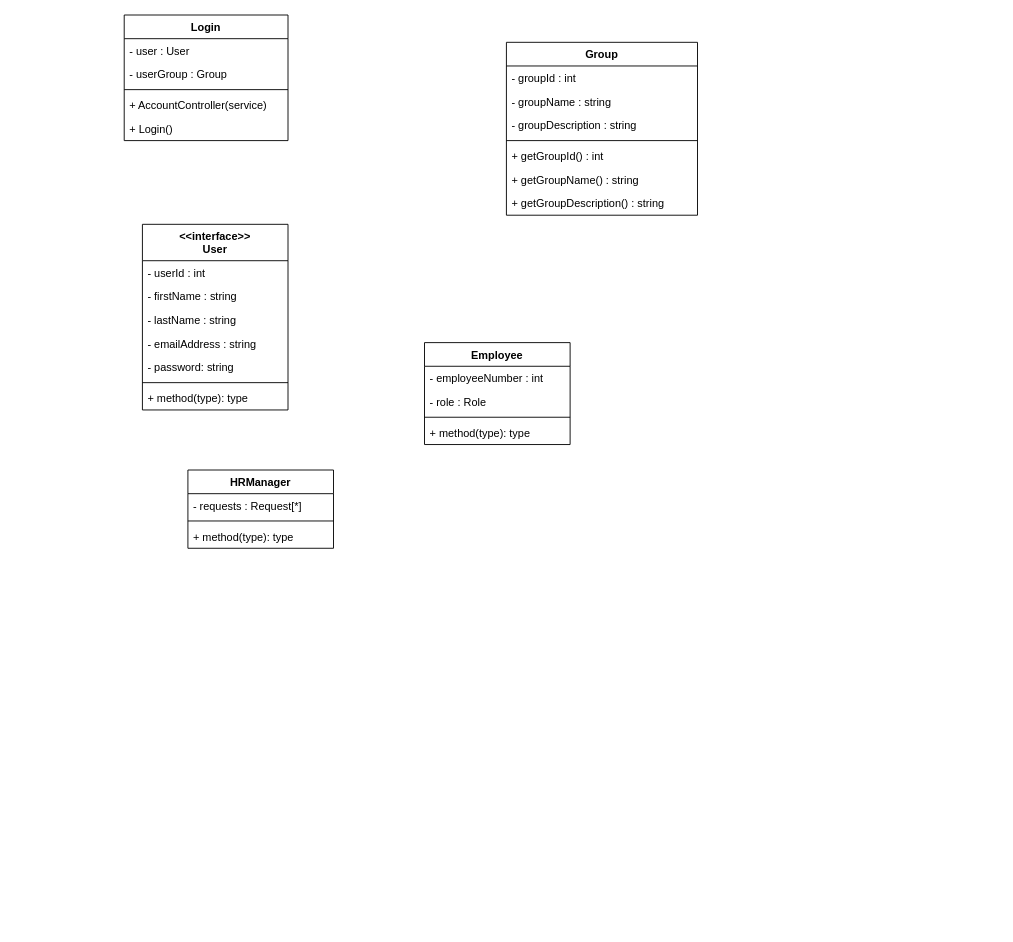
Above: LoginClassDiagram.drawio in learningCurve89/WorkBasedPortfolios (draw.io), before the change. Source tidied: cells renumbered, new cells numbered last; positions are measured from the earlier drawing's top-left corner, leaving out a move shared by most shapes. Both pictures are drawn from the tidied source at 91%, with x=0, y=0 at pixel (124, 15).
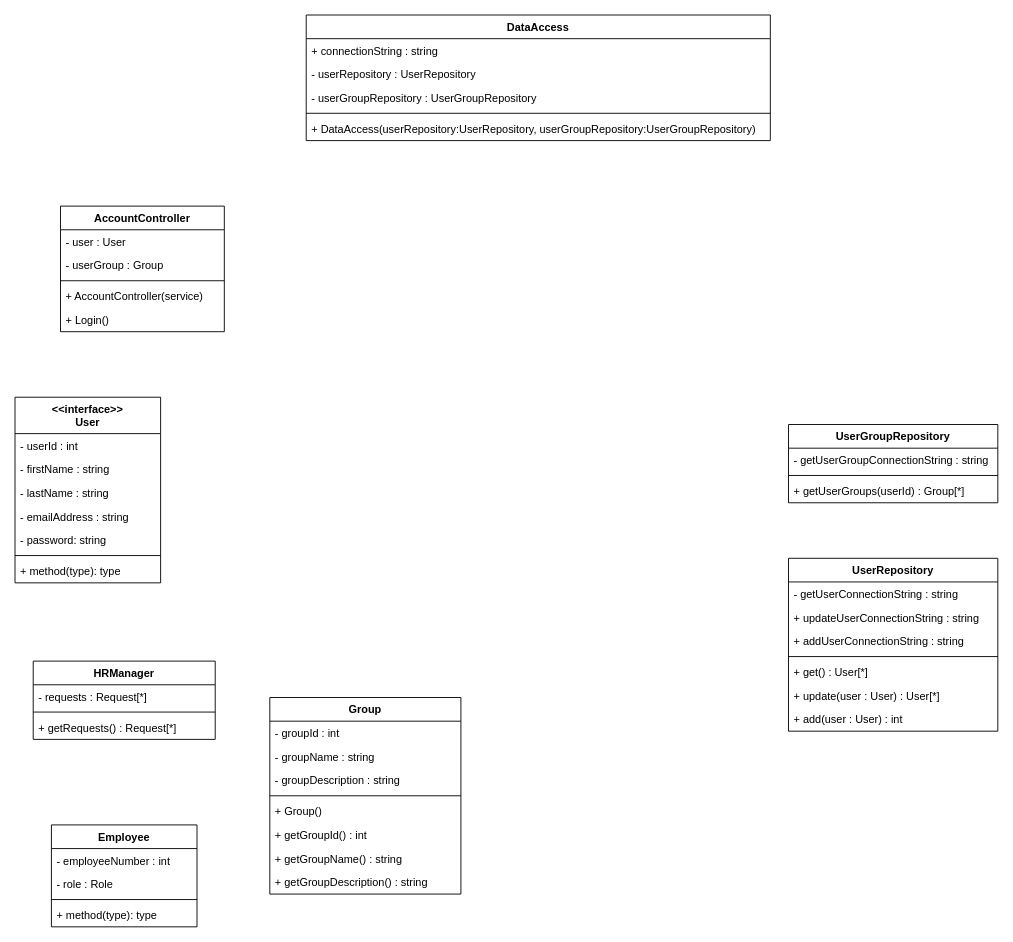
Above is the later version.

The edit, as a diff of the source:
```diff
@@
-    <mxCell id="2" value="Login" style="swimlane;fontStyle=1;align=center;verticalAlign=top;horizontal=1;startSize=26;" parent="1" vertex="1">
-      <mxGeometry width="180" height="138" as="geometry" />
+    <mxCell id="2" value="AccountController" style="swimlane;fontStyle=1;align=center;verticalAlign=top;horizontal=1;startSize=26;" parent="1" vertex="1">
+      <mxGeometry x="-70" y="210" width="180" height="138" as="geometry" />
     </mxCell>
@@
     <mxCell id="8" value="&lt;&lt;interface&gt;&gt;&#10;User" style="swimlane;fontStyle=1;align=center;verticalAlign=top;horizontal=1;startSize=40;" parent="1" vertex="1">
-      <mxGeometry x="20" y="230" width="160" height="204" as="geometry" />
+      <mxGeometry x="-120" y="420" width="160" height="204" as="geometry" />
     </mxCell>
@@
     <mxCell id="16" value="Group" style="swimlane;fontStyle=1;align=center;verticalAlign=top;horizontal=1;startSize=26;" parent="1" vertex="1">
-      <mxGeometry x="420" y="30" width="210" height="190" as="geometry" />
+      <mxGeometry x="160" y="750" width="210" height="216" as="geometry" />
     </mxCell>
@@
-    <mxCell id="21" value="+ getGroupId() : int" style="text;strokeColor=none;fillColor=none;align=left;verticalAlign=top;spacingLeft=4;spacingRight=4;overflow=hidden;" parent="16" vertex="1">
+    <mxCell id="21" value="+ Group()" style="text;strokeColor=none;fillColor=none;align=left;verticalAlign=top;spacingLeft=4;spacingRight=4;overflow=hidden;" parent="16" vertex="1">
       <mxGeometry y="112" width="210" height="26" as="geometry" />
     </mxCell>
+    <mxCell id="33" value="+ getGroupId() : int" style="text;strokeColor=none;fillColor=none;align=left;verticalAlign=top;spacingLeft=4;spacingRight=4;overflow=hidden;" parent="16" vertex="1">
+      <mxGeometry y="138" width="210" height="26" as="geometry" />
+    </mxCell>
     <mxCell id="22" value="+ getGroupName() : string" style="text;strokeColor=none;fillColor=none;align=left;verticalAlign=top;spacingLeft=4;spacingRight=4;overflow=hidden;" parent="16" vertex="1">
-      <mxGeometry y="138" width="210" height="26" as="geometry" />
+      <mxGeometry y="164" width="210" height="26" as="geometry" />
     </mxCell>
     <mxCell id="23" value="+ getGroupDescription() : string" style="text;strokeColor=none;fillColor=none;align=left;verticalAlign=top;spacingLeft=4;spacingRight=4;overflow=hidden;" parent="16" vertex="1">
-      <mxGeometry y="164" width="210" height="26" as="geometry" />
+      <mxGeometry y="190" width="210" height="26" as="geometry" />
     </mxCell>
     <mxCell id="24" value="Employee" style="swimlane;fontStyle=1;align=center;verticalAlign=top;horizontal=1;startSize=26;" parent="1" vertex="1">
-      <mxGeometry x="330" y="360" width="160" height="112" as="geometry" />
+      <mxGeometry x="-80" y="890" width="160" height="112" as="geometry" />
     </mxCell>
@@
     <mxCell id="29" value="HRManager" style="swimlane;fontStyle=1;align=center;verticalAlign=top;horizontal=1;startSize=26;" parent="1" vertex="1">
-      <mxGeometry x="70" y="500" width="160" height="86" as="geometry" />
+      <mxGeometry x="-100" y="710" width="200" height="86" as="geometry" />
     </mxCell>
     <mxCell id="30" value="- requests : Request[*]" style="text;strokeColor=none;fillColor=none;align=left;verticalAlign=top;spacingLeft=4;spacingRight=4;overflow=hidden;" parent="29" vertex="1">
-      <mxGeometry y="26" width="160" height="26" as="geometry" />
+      <mxGeometry y="26" width="200" height="26" as="geometry" />
     </mxCell>
     <mxCell id="31" style="line;strokeWidth=1;fillColor=none;align=left;verticalAlign=middle;spacingTop=-1;spacingLeft=3;spacingRight=3;labelPosition=right;" parent="29" vertex="1">
-      <mxGeometry y="52" width="160" height="8" as="geometry" />
+      <mxGeometry y="52" width="200" height="8" as="geometry" />
     </mxCell>
-    <mxCell id="32" value="+ method(type): type" style="text;strokeColor=none;fillColor=none;align=left;verticalAlign=top;spacingLeft=4;spacingRight=4;overflow=hidden;" parent="29" vertex="1">
-      <mxGeometry y="60" width="160" height="26" as="geometry" />
+    <mxCell id="32" value="+ getRequests() : Request[*]" style="text;strokeColor=none;fillColor=none;align=left;verticalAlign=top;spacingLeft=4;spacingRight=4;overflow=hidden;" parent="29" vertex="1">
+      <mxGeometry y="60" width="200" height="26" as="geometry" />
     </mxCell>
+    <mxCell id="34" value="UserGroupRepository" style="swimlane;fontStyle=1;align=center;verticalAlign=top;horizontal=1;startSize=26;" parent="1" vertex="1">
+      <mxGeometry x="730" y="450" width="230" height="86" as="geometry" />
+    </mxCell>
+    <mxCell id="35" value="- getUserGroupConnectionString : string" style="text;strokeColor=none;fillColor=none;align=left;verticalAlign=top;spacingLeft=4;spacingRight=4;overflow=hidden;" parent="34" vertex="1">
+      <mxGeometry y="26" width="230" height="26" as="geometry" />
+    </mxCell>
+    <mxCell id="36" style="line;strokeWidth=1;fillColor=none;align=left;verticalAlign=middle;spacingTop=-1;spacingLeft=3;spacingRight=3;labelPosition=right;" parent="34" vertex="1">
+      <mxGeometry y="52" width="230" height="8" as="geometry" />
+    </mxCell>
+    <mxCell id="37" value="+ getUserGroups(userId) : Group[*]" style="text;strokeColor=none;fillColor=none;align=left;verticalAlign=top;spacingLeft=4;spacingRight=4;overflow=hidden;" parent="34" vertex="1">
+      <mxGeometry y="60" width="230" height="26" as="geometry" />
+    </mxCell>
+    <mxCell id="38" value="UserRepository" style="swimlane;fontStyle=1;align=center;verticalAlign=top;horizontal=1;startSize=26;" parent="1" vertex="1">
+      <mxGeometry x="730" y="597" width="230" height="190" as="geometry" />
+    </mxCell>
+    <mxCell id="39" value="- getUserConnectionString : string" style="text;strokeColor=none;fillColor=none;align=left;verticalAlign=top;spacingLeft=4;spacingRight=4;overflow=hidden;" parent="38" vertex="1">
+      <mxGeometry y="26" width="230" height="26" as="geometry" />
+    </mxCell>
+    <mxCell id="40" value="+ updateUserConnectionString : string" style="text;strokeColor=none;fillColor=none;align=left;verticalAlign=top;spacingLeft=4;spacingRight=4;overflow=hidden;" parent="38" vertex="1">
+      <mxGeometry y="52" width="230" height="26" as="geometry" />
+    </mxCell>
+    <mxCell id="41" value="+ addUserConnectionString : string" style="text;strokeColor=none;fillColor=none;align=left;verticalAlign=top;spacingLeft=4;spacingRight=4;overflow=hidden;" parent="38" vertex="1">
+      <mxGeometry y="78" width="230" height="26" as="geometry" />
+    </mxCell>
+    <mxCell id="42" style="line;strokeWidth=1;fillColor=none;align=left;verticalAlign=middle;spacingTop=-1;spacingLeft=3;spacingRight=3;labelPosition=right;" parent="38" vertex="1">
+      <mxGeometry y="104" width="230" height="8" as="geometry" />
+    </mxCell>
+    <mxCell id="43" value="+ get() : User[*]" style="text;strokeColor=none;fillColor=none;align=left;verticalAlign=top;spacingLeft=4;spacingRight=4;overflow=hidden;" parent="38" vertex="1">
+      <mxGeometry y="112" width="230" height="26" as="geometry" />
+    </mxCell>
+    <mxCell id="44" value="+ update(user : User) : User[*]" style="text;strokeColor=none;fillColor=none;align=left;verticalAlign=top;spacingLeft=4;spacingRight=4;overflow=hidden;" parent="38" vertex="1">
+      <mxGeometry y="138" width="230" height="26" as="geometry" />
+    </mxCell>
+    <mxCell id="45" value="+ add(user : User) : int" style="text;strokeColor=none;fillColor=none;align=left;verticalAlign=top;spacingLeft=4;spacingRight=4;overflow=hidden;" parent="38" vertex="1">
+      <mxGeometry y="164" width="230" height="26" as="geometry" />
+    </mxCell>
+    <mxCell id="46" value="DataAccess" style="swimlane;fontStyle=1;align=center;verticalAlign=top;horizontal=1;startSize=26;" parent="1" vertex="1">
+      <mxGeometry x="200" width="510" height="138" as="geometry" />
+    </mxCell>
+    <mxCell id="47" value="+ connectionString : string" style="text;strokeColor=none;fillColor=none;align=left;verticalAlign=top;spacingLeft=4;spacingRight=4;overflow=hidden;" parent="46" vertex="1">
+      <mxGeometry y="26" width="510" height="26" as="geometry" />
+    </mxCell>
+    <mxCell id="48" value="- userRepository : UserRepository" style="text;strokeColor=none;fillColor=none;align=left;verticalAlign=top;spacingLeft=4;spacingRight=4;overflow=hidden;" parent="46" vertex="1">
+      <mxGeometry y="52" width="510" height="26" as="geometry" />
+    </mxCell>
+    <mxCell id="49" value="- userGroupRepository : UserGroupRepository" style="text;strokeColor=none;fillColor=none;align=left;verticalAlign=top;spacingLeft=4;spacingRight=4;overflow=hidden;" parent="46" vertex="1">
+      <mxGeometry y="78" width="510" height="26" as="geometry" />
+    </mxCell>
+    <mxCell id="50" style="line;strokeWidth=1;fillColor=none;align=left;verticalAlign=middle;spacingTop=-1;spacingLeft=3;spacingRight=3;labelPosition=right;" parent="46" vertex="1">
+      <mxGeometry y="104" width="510" height="8" as="geometry" />
+    </mxCell>
+    <mxCell id="51" value="+ DataAccess(userRepository:UserRepository, userGroupRepository:UserGroupRepository)" style="text;strokeColor=none;fillColor=none;align=left;verticalAlign=top;spacingLeft=4;spacingRight=4;overflow=hidden;" parent="46" vertex="1">
+      <mxGeometry y="112" width="510" height="26" as="geometry" />
+    </mxCell>
```
